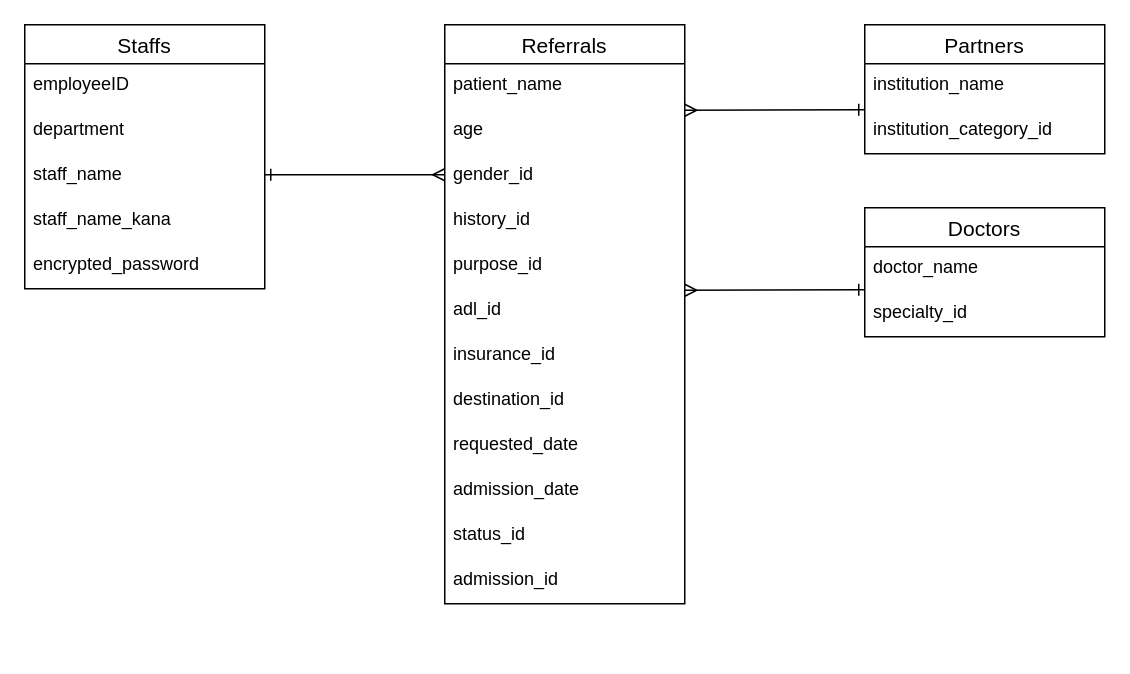
kasiaya/supportcube keeps this draw.io diagram as supportcube.dio. Above is the earlier version. Source tidied: cells renumbered, new cells numbered last; positions are measured from the earlier drawing's top-left corner, leaving out a move shared by most shapes. Both pictures are drawn from the tidied source at 150%, with x=0, y=0 at pixel (24, 24).
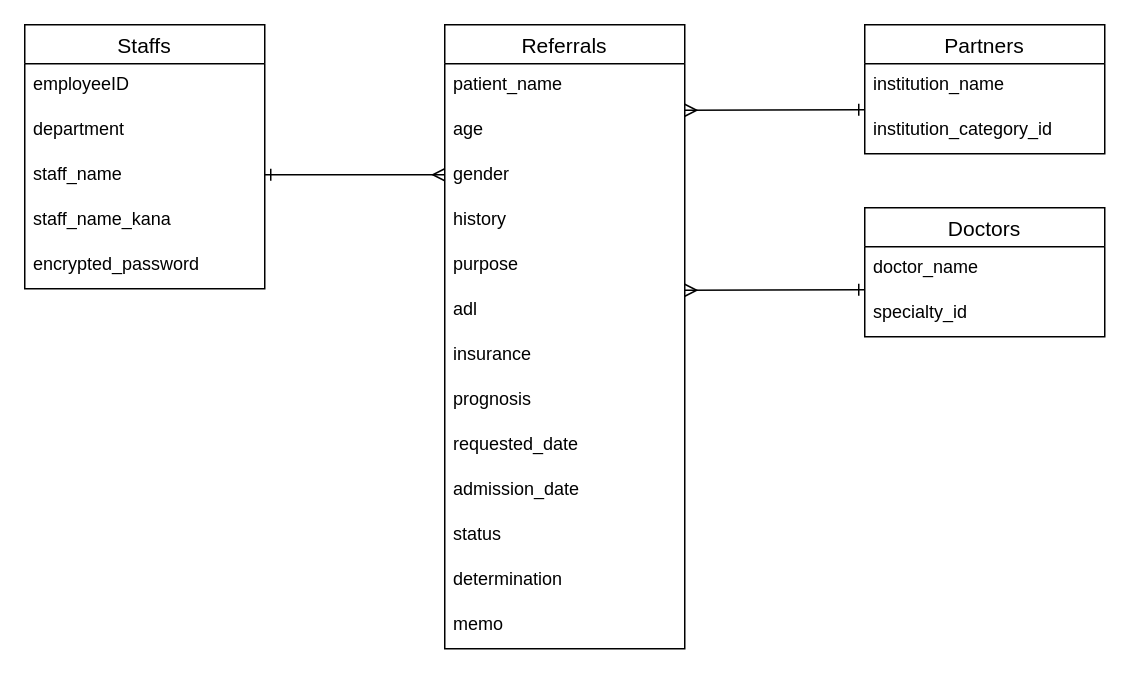
Above is the later version.

The edit, as a diff of the source:
```diff
@@
     <mxCell id="8" value="Referrals" style="swimlane;fontStyle=0;horizontal=1;startSize=26;align=center;fontSize=14;" parent="1" vertex="1">
-      <mxGeometry x="280" width="160" height="386" as="geometry" />
+      <mxGeometry x="280" width="160" height="416" as="geometry" />
     </mxCell>
@@
-    <mxCell id="11" value="gender_id" style="text;strokeColor=none;fillColor=none;spacingLeft=4;spacingRight=4;overflow=hidden;fontSize=12;" parent="8" vertex="1">
+    <mxCell id="11" value="gender" style="text;strokeColor=none;fillColor=none;spacingLeft=4;spacingRight=4;overflow=hidden;fontSize=12;" parent="8" vertex="1">
       <mxGeometry y="86" width="160" height="30" as="geometry" />
     </mxCell>
-    <mxCell id="12" value="history_id" style="text;strokeColor=none;fillColor=none;spacingLeft=4;spacingRight=4;overflow=hidden;fontSize=12;" parent="8" vertex="1">
+    <mxCell id="12" value="history" style="text;strokeColor=none;fillColor=none;spacingLeft=4;spacingRight=4;overflow=hidden;fontSize=12;" parent="8" vertex="1">
       <mxGeometry y="116" width="160" height="30" as="geometry" />
     </mxCell>
-    <mxCell id="13" value="purpose_id" style="text;strokeColor=none;fillColor=none;spacingLeft=4;spacingRight=4;overflow=hidden;fontSize=12;" parent="8" vertex="1">
+    <mxCell id="13" value="purpose" style="text;strokeColor=none;fillColor=none;spacingLeft=4;spacingRight=4;overflow=hidden;fontSize=12;" parent="8" vertex="1">
       <mxGeometry y="146" width="160" height="30" as="geometry" />
     </mxCell>
-    <mxCell id="14" value="adl_id" style="text;strokeColor=none;fillColor=none;spacingLeft=4;spacingRight=4;overflow=hidden;fontSize=12;" parent="8" vertex="1">
+    <mxCell id="14" value="adl" style="text;strokeColor=none;fillColor=none;spacingLeft=4;spacingRight=4;overflow=hidden;fontSize=12;" parent="8" vertex="1">
       <mxGeometry y="176" width="160" height="30" as="geometry" />
     </mxCell>
-    <mxCell id="15" value="insurance_id" style="text;strokeColor=none;fillColor=none;spacingLeft=4;spacingRight=4;overflow=hidden;fontSize=12;" parent="8" vertex="1">
+    <mxCell id="15" value="insurance" style="text;strokeColor=none;fillColor=none;spacingLeft=4;spacingRight=4;overflow=hidden;fontSize=12;" parent="8" vertex="1">
       <mxGeometry y="206" width="160" height="30" as="geometry" />
     </mxCell>
-    <mxCell id="16" value="destination_id" style="text;strokeColor=none;fillColor=none;spacingLeft=4;spacingRight=4;overflow=hidden;fontSize=12;" parent="8" vertex="1">
+    <mxCell id="16" value="prognosis" style="text;strokeColor=none;fillColor=none;spacingLeft=4;spacingRight=4;overflow=hidden;fontSize=12;" parent="8" vertex="1">
       <mxGeometry y="236" width="160" height="30" as="geometry" />
     </mxCell>
@@
-    <mxCell id="19" value="status_id" style="text;strokeColor=none;fillColor=none;spacingLeft=4;spacingRight=4;overflow=hidden;fontSize=12;" parent="8" vertex="1">
+    <mxCell id="19" value="status" style="text;strokeColor=none;fillColor=none;spacingLeft=4;spacingRight=4;overflow=hidden;fontSize=12;" parent="8" vertex="1">
       <mxGeometry y="326" width="160" height="30" as="geometry" />
     </mxCell>
-    <mxCell id="20" value="admission_id" style="text;strokeColor=none;fillColor=none;spacingLeft=4;spacingRight=4;overflow=hidden;fontSize=12;" parent="8" vertex="1">
+    <mxCell id="20" value="determination" style="text;strokeColor=none;fillColor=none;spacingLeft=4;spacingRight=4;overflow=hidden;fontSize=12;" parent="8" vertex="1">
       <mxGeometry y="356" width="160" height="30" as="geometry" />
     </mxCell>
+    <mxCell id="30" value="memo" style="text;strokeColor=none;fillColor=none;spacingLeft=4;spacingRight=4;overflow=hidden;fontSize=12;" parent="8" vertex="1">
+      <mxGeometry y="386" width="160" height="30" as="geometry" />
+    </mxCell>
```
